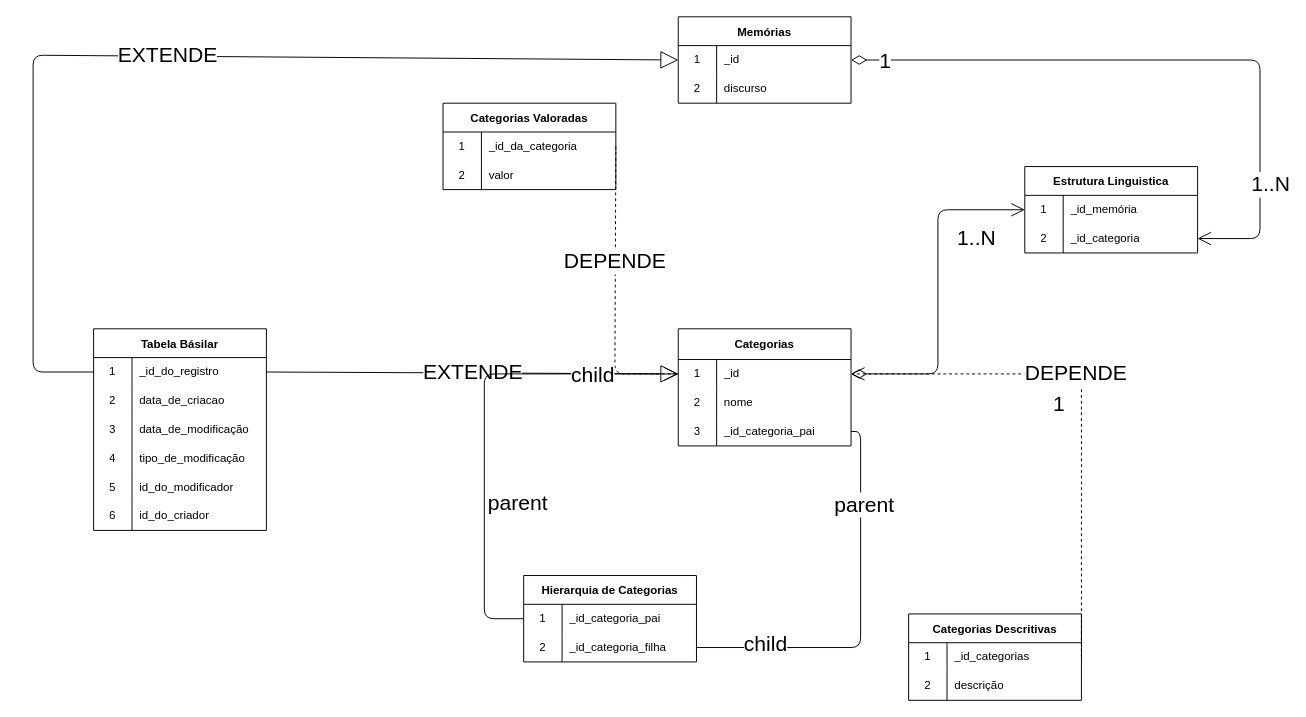
Earlier version of the draw.io diagram docs/diagrama_de_dados_aurora.drawio (marvinho-tn/aurora). Source tidied: cells renumbered, new cells numbered last; positions are measured from the earlier drawing's top-left corner, leaving out a move shared by most shapes. Both pictures are drawn from the tidied source at 96%, with x=0, y=0 at pixel (33, 16).
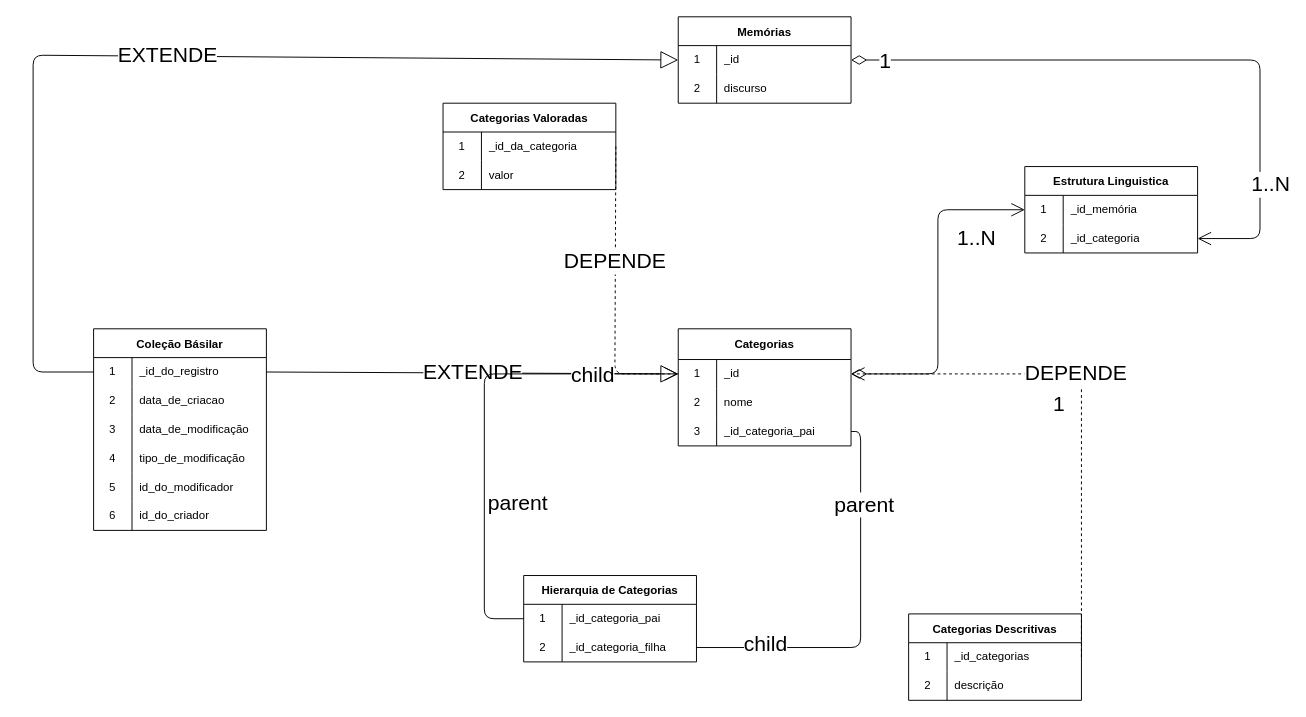
The same page after the edit.

Diff of the diagram source:
```diff
@@
-    <mxCell id="48" value="Tabela Básilar" style="shape=table;startSize=30;childLayout=tableLayout;rowLines=0;fontStyle=1;" parent="1" vertex="1">
+    <mxCell id="48" value="Coleção Básilar" style="shape=table;startSize=30;childLayout=tableLayout;rowLines=0;fontStyle=1;" parent="1" vertex="1">
       <mxGeometry x="63" y="325" width="180" height="210" as="geometry" />
     </mxCell>
```
